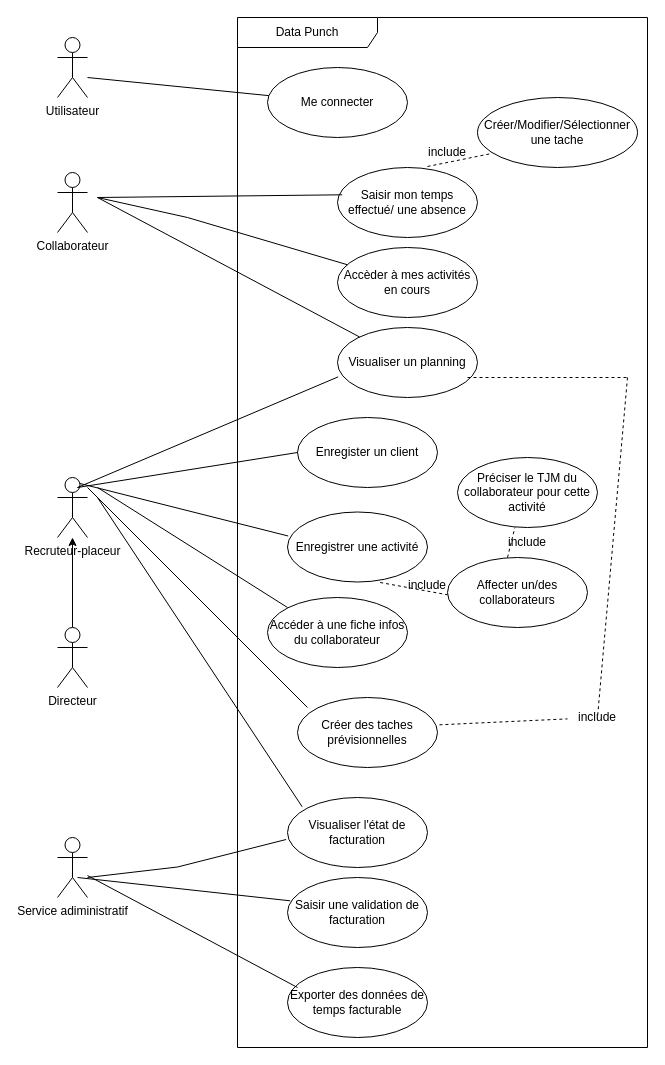
This is UX-UI/UserCase.drawio from rahinsoo/G2-P25-111801-fil_rouge-D10, a draw.io file, before an edit. Source tidied: cells renumbered, new cells numbered last; positions are measured from the earlier drawing's top-left corner, leaving out a move shared by most shapes. Both pictures are drawn from the tidied source at 100%, with x=0, y=0 at pixel (57, 17).
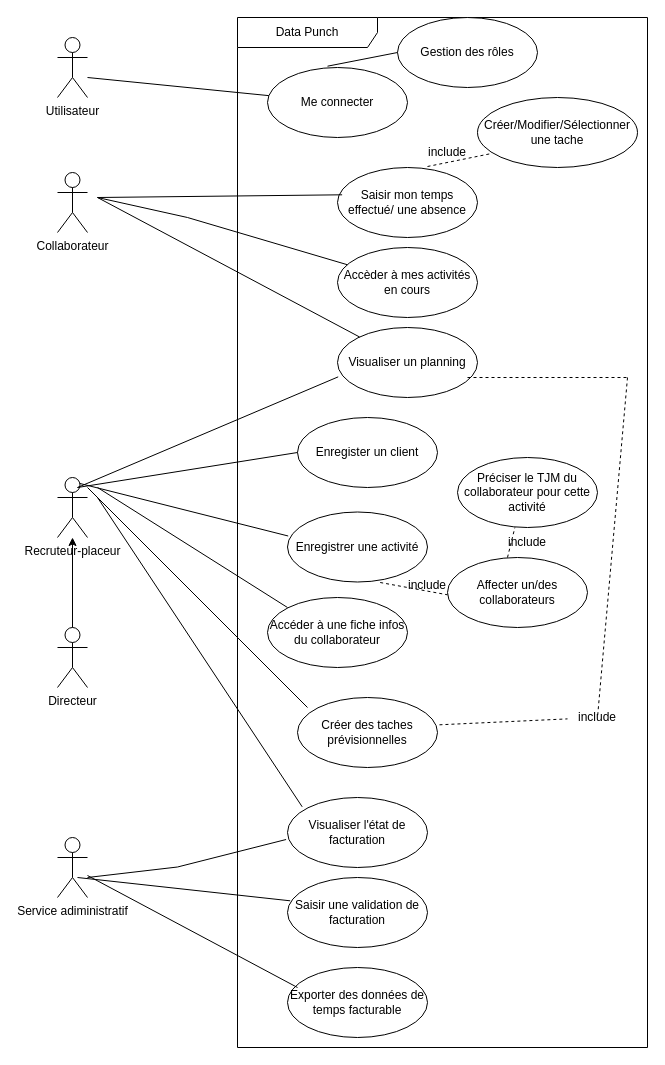
The same diagram, later.

Commit message:
Mettre à jour UserCase.drawio

What changed in the source:
```diff
@@
+    <mxCell id="46" value="Gestion des rôles" style="ellipse;whiteSpace=wrap;html=1;" parent="1" vertex="1">
+      <mxGeometry x="340" width="140" height="70" as="geometry" />
+    </mxCell>
+    <mxCell id="47" style="endArrow=none;html=1;rounded=0;entryX=0;entryY=0.5;entryDx=0;entryDy=0;" parent="1" edge="1" target="46">
+      <mxGeometry relative="1" as="geometry">
+        <mxPoint x="270" y="48.7" as="sourcePoint" />
+      </mxGeometry>
+    </mxCell>
```
